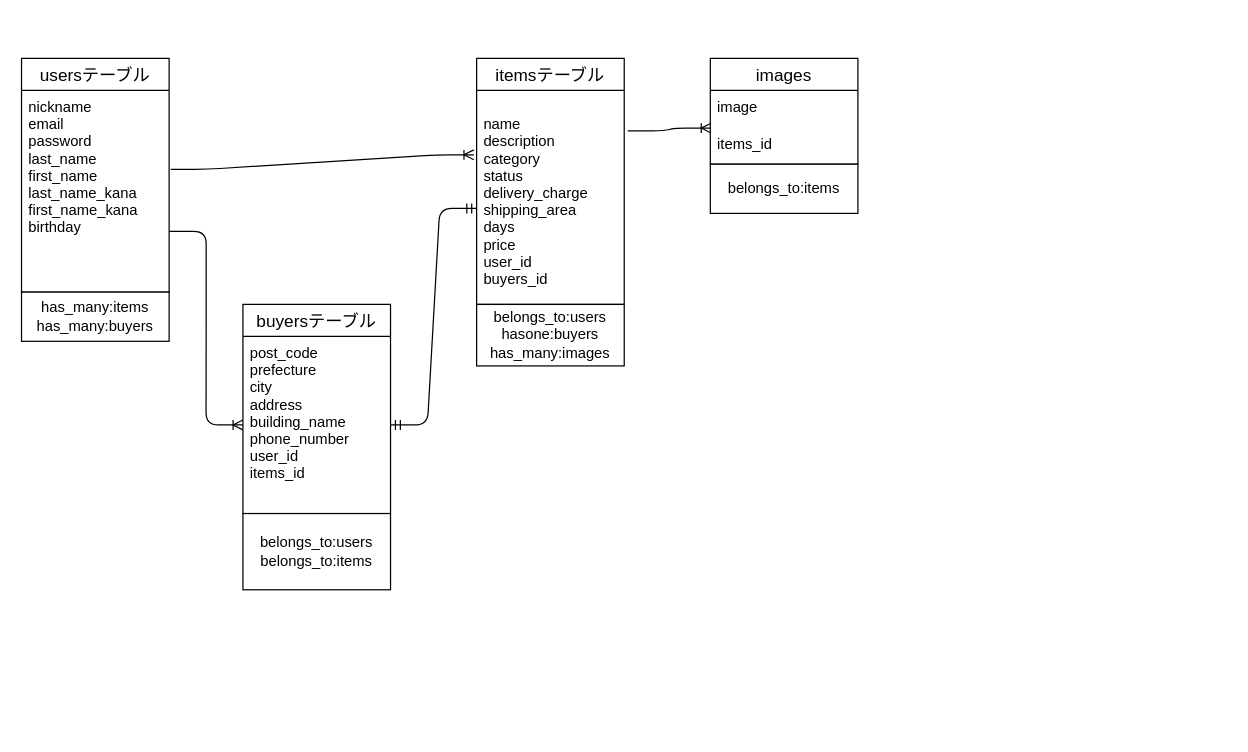
NakanakaAki/furima-38655 keeps this draw.io diagram as ER.dio. Above is the earlier version. Source tidied: cells renumbered, new cells numbered last; positions are measured from the earlier drawing's top-left corner, leaving out a move shared by most shapes. Both pictures are drawn from the tidied source at 123%, with x=0, y=0 at pixel (21, 58).
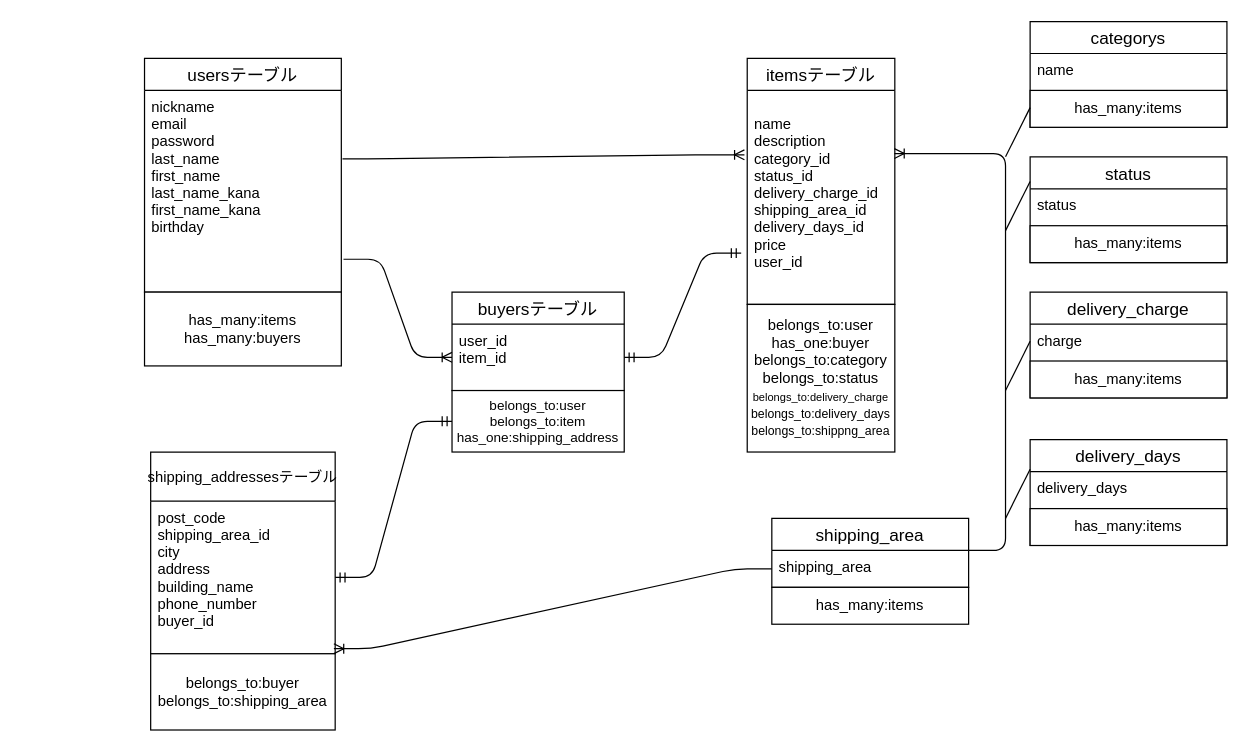
Above is the later version.

What changed in the source:
```diff
@@
     <mxCell id="2" value="usersテーブル" style="swimlane;fontStyle=0;horizontal=1;startSize=26;align=center;fontSize=14;" parent="1" vertex="1">
-      <mxGeometry width="120" height="190" as="geometry" />
+      <mxGeometry x="100" width="160" height="190" as="geometry" />
     </mxCell>
     <mxCell id="3" value="nickname&#10;email&#10;password&#10;last_name&#10;first_name&#10;last_name_kana&#10;first_name_kana&#10;birthday&#10;&#10;" style="text;strokeColor=none;fillColor=none;spacingLeft=4;spacingRight=4;overflow=hidden;points=[[0,0.5],[1,0.5]];portConstraint=eastwest;fontSize=12;" parent="2" vertex="1">
-      <mxGeometry y="26" width="120" height="164" as="geometry" />
+      <mxGeometry y="26" width="160" height="164" as="geometry" />
     </mxCell>
     <mxCell id="4" value="itemsテーブル" style="swimlane;fontStyle=0;horizontal=1;startSize=26;align=center;fontSize=14;" parent="1" vertex="1">
-      <mxGeometry x="370" width="120" height="200" as="geometry" />
+      <mxGeometry x="590" width="120" height="200" as="geometry" />
     </mxCell>
-    <mxCell id="5" value="&#10;name&#10;description&#10;category&#10;status&#10;delivery_charge&#10;shipping_area&#10;days&#10;price&#10;user_id&#10;buyers_id" style="text;strokeColor=none;fillColor=none;spacingLeft=4;spacingRight=4;overflow=hidden;points=[[0,0.5],[1,0.5]];portConstraint=eastwest;fontSize=12;" parent="4" vertex="1">
+    <mxCell id="5" value="&#10;name&#10;description&#10;category_id&#10;status_id&#10;delivery_charge_id&#10;shipping_area_id&#10;delivery_days_id&#10;price&#10;user_id" style="text;strokeColor=none;fillColor=none;spacingLeft=4;spacingRight=4;overflow=hidden;points=[[0,0.5],[1,0.5]];portConstraint=eastwest;fontSize=12;" parent="4" vertex="1">
       <mxGeometry y="26" width="120" height="174" as="geometry" />
     </mxCell>
-    <mxCell id="6" value="buyersテーブル" style="swimlane;fontStyle=0;horizontal=1;startSize=26;align=center;fontSize=14;" parent="1" vertex="1">
-      <mxGeometry x="180" y="200" width="120" height="170" as="geometry" />
+    <mxCell id="6" value="shipping_addressesテーブル" style="swimlane;fontStyle=0;horizontal=1;startSize=40;align=center;fontSize=12;" parent="1" vertex="1">
+      <mxGeometry x="105" y="320" width="150" height="164" as="geometry" />
     </mxCell>
-    <mxCell id="7" value="post_code&#10;prefecture&#10;city&#10;address&#10;building_name&#10;phone_number&#10;user_id&#10;items_id&#10;" style="text;strokeColor=none;fillColor=none;spacingLeft=4;spacingRight=4;overflow=hidden;points=[[0,0.5],[1,0.5]];portConstraint=eastwest;fontSize=12;" parent="6" vertex="1">
-      <mxGeometry y="26" width="120" height="144" as="geometry" />
+    <mxCell id="7" value="post_code&#10;shipping_area_id&#10;city&#10;address&#10;building_name&#10;phone_number&#10;buyer_id&#10;" style="text;strokeColor=none;fillColor=none;spacingLeft=4;spacingRight=4;overflow=hidden;points=[[0,0.5],[1,0.5]];portConstraint=eastwest;fontSize=12;" parent="6" vertex="1">
+      <mxGeometry y="40" width="150" height="124" as="geometry" />
     </mxCell>
-    <mxCell id="8" style="edgeStyle=entityRelationEdgeStyle;fontSize=12;html=1;endArrow=ERoneToMany;exitX=1.001;exitY=0.699;exitDx=0;exitDy=0;exitPerimeter=0;entryX=0;entryY=0.5;entryDx=0;entryDy=0;" parent="1" edge="1" source="3" target="7">
-      <mxGeometry relative="1" as="geometry" />
-    </mxCell>
-    <mxCell id="9" style="edgeStyle=entityRelationEdgeStyle;fontSize=12;html=1;endArrow=ERoneToMany;exitX=1.011;exitY=0.391;exitDx=0;exitDy=0;exitPerimeter=0;entryX=-0.019;entryY=0.301;entryDx=0;entryDy=0;entryPerimeter=0;" parent="1" edge="1" source="3" target="5">
+    <mxCell id="9" style="edgeStyle=entityRelationEdgeStyle;fontSize=12;html=1;endArrow=ERoneToMany;exitX=1.006;exitY=0.339;exitDx=0;exitDy=0;exitPerimeter=0;entryX=-0.019;entryY=0.301;entryDx=0;entryDy=0;entryPerimeter=0;" parent="1" edge="1" source="3" target="5">
       <mxGeometry relative="1" as="geometry" />
     </mxCell>
-    <mxCell id="10" style="edgeStyle=entityRelationEdgeStyle;fontSize=12;html=1;endArrow=ERmandOne;startArrow=ERmandOne;exitX=1;exitY=0.5;exitDx=0;exitDy=0;" parent="1" edge="1" source="7">
-      <mxGeometry relative="1" as="geometry">
-        <mxPoint x="370" y="122" as="targetPoint" />
-      </mxGeometry>
-    </mxCell>
-    <mxCell id="11" value="belongs_to:users&lt;br&gt;belongs_to:items&lt;br&gt;" style="whiteSpace=wrap;html=1;align=center;" parent="1" vertex="1">
-      <mxGeometry x="180" y="370" width="120" height="62" as="geometry" />
+    <mxCell id="11" value="belongs_to:buyer&lt;br&gt;belongs_to:shipping_area" style="whiteSpace=wrap;html=1;align=center;" parent="1" vertex="1">
+      <mxGeometry x="105" y="484" width="150" height="62" as="geometry" />
     </mxCell>
-    <mxCell id="12" value="belongs_to:users&lt;br&gt;hasone:buyers&lt;br&gt;has_many:images" style="whiteSpace=wrap;html=1;align=center;" parent="1" vertex="1">
-      <mxGeometry x="370" y="200" width="120" height="50" as="geometry" />
+    <mxCell id="12" value="belongs_to:user&lt;br&gt;has_one:buyer&lt;br&gt;belongs_to:category&lt;br&gt;belongs_to:status&lt;br&gt;&lt;font style=&quot;font-size: 9px;&quot;&gt;belongs_to:&lt;font style=&quot;font-size: 9px;&quot;&gt;delivery_charge&lt;/font&gt;&lt;/font&gt;&lt;br&gt;&lt;font style=&quot;font-size: 10px;&quot;&gt;belongs_to:delivery_days&lt;br&gt;&lt;/font&gt;&lt;span style=&quot;font-size: 10px;&quot;&gt;belongs_to&lt;/span&gt;&lt;font size=&quot;1&quot;&gt;:shippng_area&lt;/font&gt;" style="whiteSpace=wrap;html=1;align=center;" parent="1" vertex="1">
+      <mxGeometry x="590" y="200" width="120" height="120" as="geometry" />
     </mxCell>
     <mxCell id="13" value="has_many:items&lt;br&gt;has_many:buyers" style="whiteSpace=wrap;html=1;align=center;" parent="1" vertex="1">
-      <mxGeometry y="190" width="120" height="40" as="geometry" />
+      <mxGeometry x="100" y="190" width="160" height="60" as="geometry" />
     </mxCell>
-    <mxCell id="14" value="images" style="swimlane;fontStyle=0;horizontal=1;startSize=26;align=center;fontSize=14;" parent="1" vertex="1">
-      <mxGeometry x="560" width="120" height="86" as="geometry" />
-    </mxCell>
-    <mxCell id="15" value="image" style="text;strokeColor=none;fillColor=none;spacingLeft=4;spacingRight=4;overflow=hidden;fontSize=12;" parent="14" vertex="1">
-      <mxGeometry y="26" width="120" height="30" as="geometry" />
-    </mxCell>
-    <mxCell id="16" value="items_id" style="text;strokeColor=none;fillColor=none;spacingLeft=4;spacingRight=4;overflow=hidden;points=[[0,0.5],[1,0.5]];portConstraint=eastwest;fontSize=12;" parent="14" vertex="1">
-      <mxGeometry y="56" width="120" height="30" as="geometry" />
-    </mxCell>
-    <mxCell id="17" value="belongs_to:items" style="whiteSpace=wrap;html=1;align=center;" parent="1" vertex="1">
-      <mxGeometry x="560" y="86" width="120" height="40" as="geometry" />
-    </mxCell>
-    <mxCell id="18" style="edgeStyle=entityRelationEdgeStyle;fontSize=12;html=1;endArrow=ERoneToMany;entryX=0.005;entryY=0.022;entryDx=0;entryDy=0;entryPerimeter=0;exitX=1.024;exitY=0.189;exitDx=0;exitDy=0;exitPerimeter=0;" parent="1" edge="1" source="5" target="16">
-      <mxGeometry relative="1" as="geometry" />
+    <mxCell id="18" value="buyersテーブル" style="swimlane;fontStyle=0;horizontal=1;startSize=26;align=center;fontSize=14;" parent="1" vertex="1">
+      <mxGeometry x="350" y="190" width="140" height="80" as="geometry" />
     </mxCell>
+    <mxCell id="19" value="user_id&#10;item_id&#10;" style="text;strokeColor=none;fillColor=none;spacingLeft=4;spacingRight=4;overflow=hidden;points=[[0,0.5],[1,0.5]];portConstraint=eastwest;fontSize=12;" parent="18" vertex="1">
+      <mxGeometry y="26" width="140" height="54" as="geometry" />
+    </mxCell>
+    <mxCell id="20" value="belongs_to:user&lt;br style=&quot;font-size: 11px;&quot;&gt;belongs_to:item&lt;br style=&quot;font-size: 11px;&quot;&gt;has_one:shipping_address" style="whiteSpace=wrap;html=1;align=center;fontSize=11;" parent="1" vertex="1">
+      <mxGeometry x="350" y="270" width="140" height="50" as="geometry" />
+    </mxCell>
+    <mxCell id="21" value="categorys" style="swimlane;fontStyle=0;horizontal=1;startSize=26;align=center;fontSize=14;" parent="1" vertex="1">
+      <mxGeometry x="820" y="-30" width="160" height="86" as="geometry" />
+    </mxCell>
+    <mxCell id="22" value="name" style="text;strokeColor=none;fillColor=none;spacingLeft=4;spacingRight=4;overflow=hidden;fontSize=12;" parent="21" vertex="1">
+      <mxGeometry y="26" width="160" height="30" as="geometry" />
+    </mxCell>
+    <mxCell id="23" value="has_many:items" style="whiteSpace=wrap;html=1;align=center;" parent="21" vertex="1">
+      <mxGeometry y="56" width="160" height="30" as="geometry" />
+    </mxCell>
+    <mxCell id="24" style="edgeStyle=entityRelationEdgeStyle;fontSize=12;html=1;endArrow=ERoneToMany;exitX=1.011;exitY=0.837;exitDx=0;exitDy=0;entryX=0;entryY=0.5;entryDx=0;entryDy=0;exitPerimeter=0;" parent="1" edge="1" source="3" target="19">
+      <mxGeometry relative="1" as="geometry" />
+    </mxCell>
+    <mxCell id="25" style="edgeStyle=entityRelationEdgeStyle;fontSize=12;html=1;endArrow=ERmandOne;startArrow=ERmandOne;exitX=1;exitY=0.5;exitDx=0;exitDy=0;entryX=-0.041;entryY=0.76;entryDx=0;entryDy=0;entryPerimeter=0;" parent="1" edge="1" source="19" target="5">
+      <mxGeometry relative="1" as="geometry" />
+    </mxCell>
+    <mxCell id="26" style="edgeStyle=entityRelationEdgeStyle;fontSize=12;html=1;endArrow=ERmandOne;startArrow=ERmandOne;entryX=0;entryY=0.5;entryDx=0;entryDy=0;exitX=1;exitY=0.5;exitDx=0;exitDy=0;" parent="1" edge="1" source="7" target="20">
+      <mxGeometry relative="1" as="geometry" />
+    </mxCell>
+    <mxCell id="27" value="status" style="swimlane;fontStyle=0;horizontal=1;startSize=26;align=center;fontSize=14;" parent="1" vertex="1">
+      <mxGeometry x="820" y="80" width="160" height="86" as="geometry" />
+    </mxCell>
+    <mxCell id="28" value="status" style="text;strokeColor=none;fillColor=none;spacingLeft=4;spacingRight=4;overflow=hidden;fontSize=12;" parent="27" vertex="1">
+      <mxGeometry y="26" width="160" height="30" as="geometry" />
+    </mxCell>
+    <mxCell id="29" value="has_many:items" style="whiteSpace=wrap;html=1;align=center;" parent="27" vertex="1">
+      <mxGeometry y="56" width="160" height="30" as="geometry" />
+    </mxCell>
+    <mxCell id="30" value="delivery_charge" style="swimlane;fontStyle=0;horizontal=1;startSize=26;align=center;fontSize=14;" parent="1" vertex="1">
+      <mxGeometry x="820" y="190" width="160" height="86" as="geometry" />
+    </mxCell>
+    <mxCell id="31" value="charge" style="text;strokeColor=none;fillColor=none;spacingLeft=4;spacingRight=4;overflow=hidden;fontSize=12;" parent="30" vertex="1">
+      <mxGeometry y="26" width="160" height="30" as="geometry" />
+    </mxCell>
+    <mxCell id="32" value="has_many:items" style="whiteSpace=wrap;html=1;align=center;" parent="30" vertex="1">
+      <mxGeometry y="56" width="160" height="30" as="geometry" />
+    </mxCell>
+    <mxCell id="33" value="delivery_days" style="swimlane;fontStyle=0;horizontal=1;startSize=26;align=center;fontSize=14;" parent="1" vertex="1">
+      <mxGeometry x="820" y="310" width="160" height="86" as="geometry" />
+    </mxCell>
+    <mxCell id="34" value="delivery_days" style="text;strokeColor=none;fillColor=none;spacingLeft=4;spacingRight=4;overflow=hidden;fontSize=12;" parent="33" vertex="1">
+      <mxGeometry y="26" width="160" height="30" as="geometry" />
+    </mxCell>
+    <mxCell id="35" value="has_many:items" style="whiteSpace=wrap;html=1;align=center;" parent="33" vertex="1">
+      <mxGeometry y="56" width="160" height="30" as="geometry" />
+    </mxCell>
+    <mxCell id="36" value="shipping_area" style="swimlane;fontStyle=0;horizontal=1;startSize=26;align=center;fontSize=14;" parent="1" vertex="1">
+      <mxGeometry x="610" y="374" width="160" height="56" as="geometry" />
+    </mxCell>
+    <mxCell id="37" value="shipping_area" style="text;strokeColor=none;fillColor=none;spacingLeft=4;spacingRight=4;overflow=hidden;points=[[0,0.5],[1,0.5]];portConstraint=eastwest;fontSize=12;" parent="36" vertex="1">
+      <mxGeometry y="26" width="160" height="30" as="geometry" />
+    </mxCell>
+    <mxCell id="38" style="edgeStyle=entityRelationEdgeStyle;fontSize=12;html=1;endArrow=ERoneToMany;entryX=0.997;entryY=0.295;entryDx=0;entryDy=0;entryPerimeter=0;" parent="1" edge="1" target="5">
+      <mxGeometry relative="1" as="geometry">
+        <mxPoint x="770" y="400" as="sourcePoint" />
+      </mxGeometry>
+    </mxCell>
+    <mxCell id="39" style="endArrow=none;html=1;rounded=0;fontSize=11;entryX=-0.002;entryY=0.18;entryDx=0;entryDy=0;entryPerimeter=0;" parent="1" edge="1">
+      <mxGeometry relative="1" as="geometry">
+        <mxPoint x="800" y="140" as="sourcePoint" />
+        <mxPoint x="820" y="100" as="targetPoint" />
+      </mxGeometry>
+    </mxCell>
+    <mxCell id="40" style="endArrow=none;html=1;rounded=0;fontSize=11;" parent="1" edge="1">
+      <mxGeometry relative="1" as="geometry">
+        <mxPoint x="800" y="270" as="sourcePoint" />
+        <mxPoint x="820" y="230" as="targetPoint" />
+      </mxGeometry>
+    </mxCell>
+    <mxCell id="41" style="endArrow=none;html=1;rounded=0;fontSize=11;entryX=-0.002;entryY=0.18;entryDx=0;entryDy=0;entryPerimeter=0;" parent="1" edge="1">
+      <mxGeometry relative="1" as="geometry">
+        <mxPoint x="800" y="374" as="sourcePoint" />
+        <mxPoint x="820" y="334" as="targetPoint" />
+      </mxGeometry>
+    </mxCell>
+    <mxCell id="42" style="endArrow=none;html=1;rounded=0;fontSize=11;entryX=-0.002;entryY=0.18;entryDx=0;entryDy=0;entryPerimeter=0;" parent="1" edge="1">
+      <mxGeometry relative="1" as="geometry">
+        <mxPoint x="800" y="80" as="sourcePoint" />
+        <mxPoint x="820" y="40" as="targetPoint" />
+      </mxGeometry>
+    </mxCell>
+    <mxCell id="43" style="edgeStyle=entityRelationEdgeStyle;fontSize=12;html=1;endArrow=ERoneToMany;entryX=0.993;entryY=0.967;entryDx=0;entryDy=0;entryPerimeter=0;exitX=0;exitY=0.5;exitDx=0;exitDy=0;" parent="1" edge="1" source="37" target="7">
+      <mxGeometry relative="1" as="geometry" />
+    </mxCell>
+    <mxCell id="44" value="has_many:items" style="whiteSpace=wrap;html=1;align=center;" parent="1" vertex="1">
+      <mxGeometry x="610" y="430" width="160" height="30" as="geometry" />
+    </mxCell>
```
